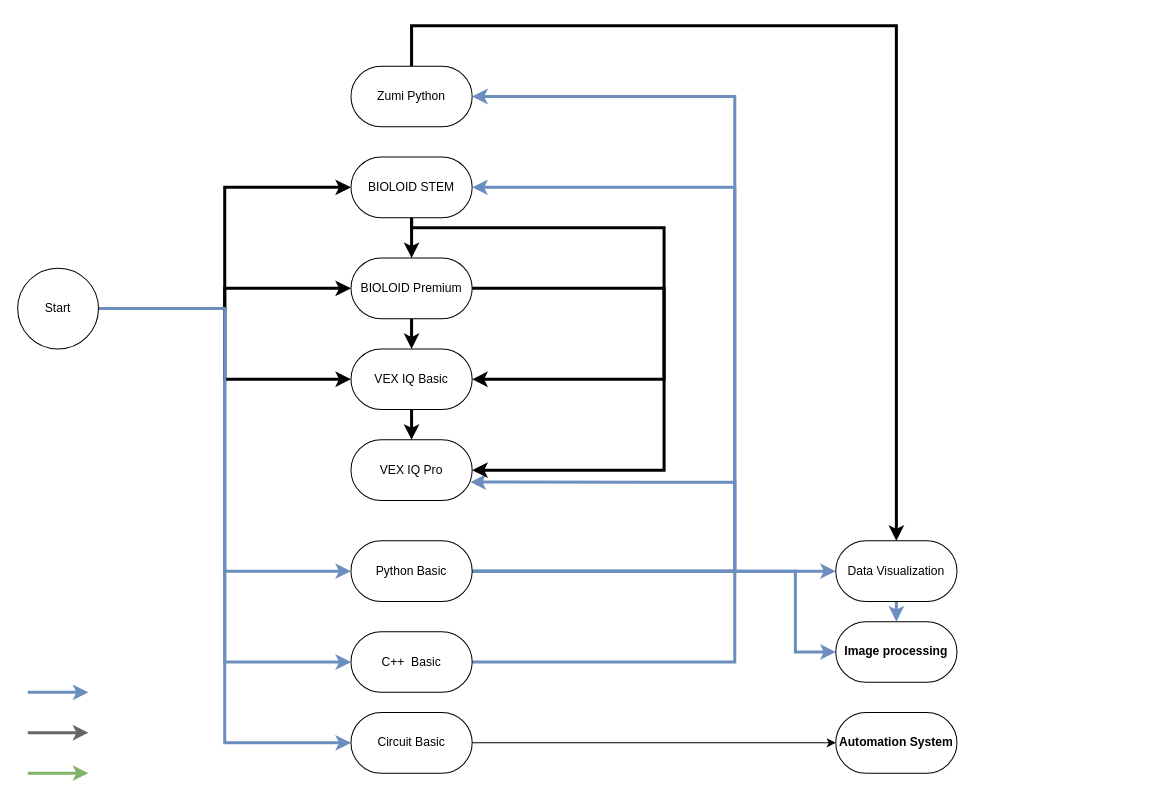
Before: Untitled Diagram.drawio in jarvisN/non2023, a draw.io diagram. Source tidied: cells renumbered, new cells numbered last; positions are measured from the earlier drawing's top-left corner, leaving out a move shared by most shapes. Both pictures are drawn from the tidied source at 101%, with x=0, y=0 at pixel (17, 25).
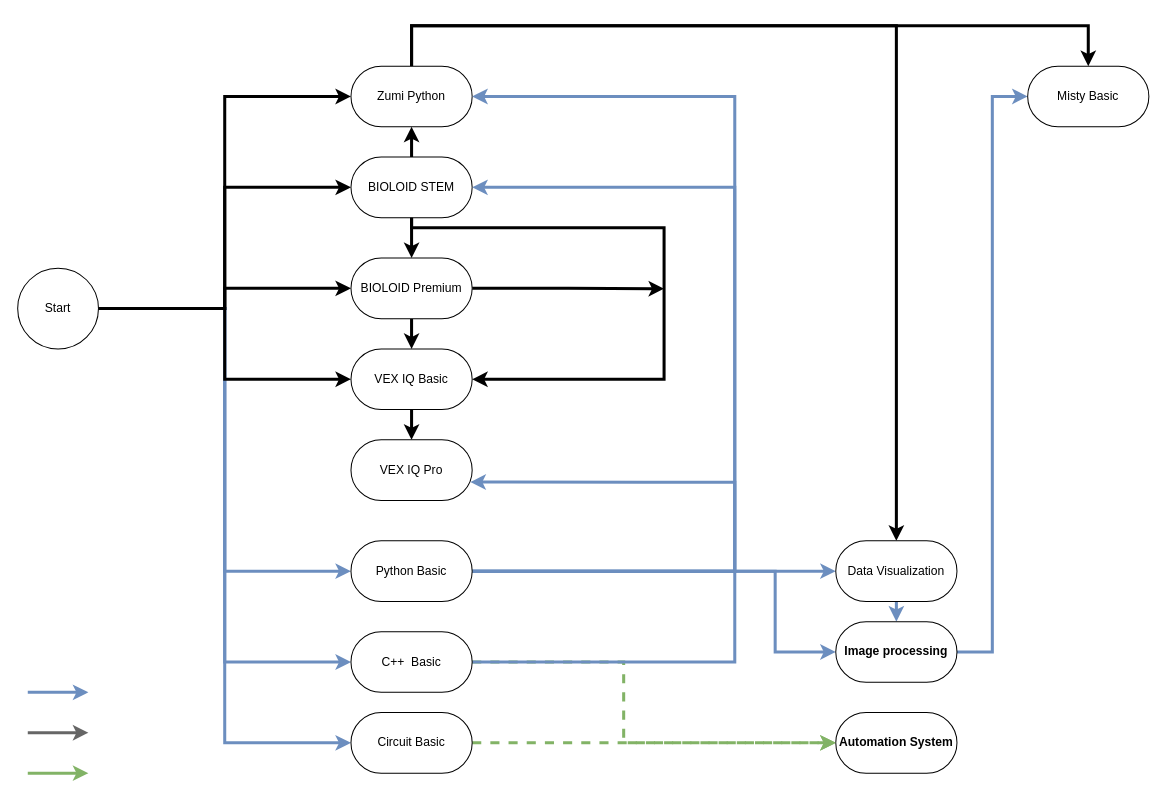
Above is the later version.

Unchanged cells that the change refers to:
```xml
<mxCell id="3" value="Zumi Python" style="rounded=1;whiteSpace=wrap;html=1;arcSize=50;" parent="1" vertex="1">
  <mxGeometry x="330" y="40" width="120" height="60" as="geometry" />
</mxCell>
<mxCell id="5" value="BIOLOID STEM" style="rounded=1;whiteSpace=wrap;html=1;arcSize=50;" parent="1" vertex="1">
  <mxGeometry x="330" y="130" width="120" height="60" as="geometry" />
</mxCell>
<mxCell id="7" value="BIOLOID Premium" style="rounded=1;whiteSpace=wrap;html=1;arcSize=50;" parent="1" vertex="1">
  <mxGeometry x="330" y="230" width="120" height="60" as="geometry" />
</mxCell>
<mxCell id="8" value="VEX IQ Pro" style="rounded=1;whiteSpace=wrap;html=1;arcSize=50;" parent="1" vertex="1">
  <mxGeometry x="330" y="410" width="120" height="60" as="geometry" />
</mxCell>
<mxCell id="17" value="Start" style="ellipse;whiteSpace=wrap;html=1;" parent="1" vertex="1">
  <mxGeometry y="240" width="80" height="80" as="geometry" />
</mxCell>
<mxCell id="24" value="Python Basic" style="rounded=1;whiteSpace=wrap;html=1;arcSize=50;" parent="1" vertex="1">
  <mxGeometry x="330" y="510" width="120" height="60" as="geometry" />
</mxCell>
<mxCell id="29" value="C++ &amp;nbsp;Basic" style="rounded=1;whiteSpace=wrap;html=1;arcSize=50;" parent="1" vertex="1">
  <mxGeometry x="330" y="600" width="120" height="60" as="geometry" />
</mxCell>
<mxCell id="32" value="Image processing" style="rounded=1;whiteSpace=wrap;html=1;arcSize=50;fontStyle=1;" parent="1" vertex="1">
  <mxGeometry x="810" y="590" width="120" height="60" as="geometry" />
</mxCell>
<mxCell id="33" value="Automation System" style="rounded=1;whiteSpace=wrap;html=1;arcSize=50;fontStyle=1;" parent="1" vertex="1">
  <mxGeometry x="810" y="680" width="120" height="60" as="geometry" />
</mxCell>
<mxCell id="35" value="Circuit Basic" style="rounded=1;whiteSpace=wrap;html=1;arcSize=50;" parent="1" vertex="1">
  <mxGeometry x="330" y="680" width="120" height="60" as="geometry" />
</mxCell>
```

The edit, as a diff of the source:
```diff
@@
+    <mxCell id="36" style="edgeStyle=orthogonalEdgeStyle;rounded=0;jettySize=auto;html=1;exitX=0.5;exitY=0;exitDx=0;exitDy=0;entryX=0.5;entryY=0;entryDx=0;entryDy=0;strokeWidth=3;" parent="1" edge="1" source="3" target="42">
+      <mxGeometry relative="1" as="geometry">
+        <Array as="points">
+          <mxPoint x="390" />
+          <mxPoint x="1060" />
+        </Array>
+      </mxGeometry>
+    </mxCell>
@@
+    <mxCell id="37" style="edgeStyle=orthogonalEdgeStyle;rounded=0;jettySize=auto;html=1;exitX=0.5;exitY=0;exitDx=0;exitDy=0;strokeWidth=3;" parent="1" edge="1" source="5" target="3">
+      <mxGeometry relative="1" as="geometry" />
+    </mxCell>
@@
+    <mxCell id="38" style="edgeStyle=orthogonalEdgeStyle;rounded=0;jettySize=auto;html=1;exitX=1;exitY=0.5;exitDx=0;exitDy=0;strokeWidth=3;" parent="1" edge="1" source="7">
+      <mxGeometry relative="1" as="geometry">
+        <mxPoint x="640" y="260.4" as="targetPoint" />
+      </mxGeometry>
+    </mxCell>
@@
+    <mxCell id="16" style="edgeStyle=orthogonalEdgeStyle;rounded=0;jettySize=auto;html=1;exitX=1;exitY=0.5;exitDx=0;exitDy=0;entryX=0;entryY=0.5;entryDx=0;entryDy=0;fillColor=#dae8fc;strokeColor=#6c8ebf;strokeWidth=3;" parent="1" edge="1" source="17" target="35">
+      <mxGeometry relative="1" as="geometry" />
+    </mxCell>
@@
-    <mxCell id="16" style="edgeStyle=orthogonalEdgeStyle;rounded=0;jettySize=auto;html=1;exitX=1;exitY=0.5;exitDx=0;exitDy=0;entryX=0;entryY=0.5;entryDx=0;entryDy=0;fillColor=#dae8fc;strokeColor=#6c8ebf;strokeWidth=3;" parent="1" edge="1" source="17" target="35">
-      <mxGeometry relative="1" as="geometry" />
-    </mxCell>
+    <mxCell id="39" style="edgeStyle=orthogonalEdgeStyle;rounded=0;jettySize=auto;html=1;exitX=1;exitY=0.5;exitDx=0;exitDy=0;entryX=0;entryY=0.5;entryDx=0;entryDy=0;strokeWidth=3;" parent="1" edge="1" source="17" target="3">
+      <mxGeometry relative="1" as="geometry" />
+    </mxCell>
@@
     <mxCell id="23" style="edgeStyle=orthogonalEdgeStyle;rounded=0;jettySize=auto;html=1;exitX=1;exitY=0.5;exitDx=0;exitDy=0;entryX=0;entryY=0.5;entryDx=0;entryDy=0;fillColor=#dae8fc;strokeColor=#6c8ebf;strokeWidth=3;" parent="1" edge="1" source="24" target="32">
       <mxGeometry relative="1" as="geometry">
         <Array as="points">
-          <mxPoint x="770" y="540" />
-          <mxPoint x="770" y="620" />
+          <mxPoint x="750" y="540" />
+          <mxPoint x="750" y="620" />
         </Array>
       </mxGeometry>
     </mxCell>
@@
+    <mxCell id="40" style="edgeStyle=orthogonalEdgeStyle;rounded=0;jettySize=auto;html=1;exitX=1;exitY=0.5;exitDx=0;exitDy=0;entryX=0;entryY=0.5;entryDx=0;entryDy=0;strokeWidth=3;dashed=1;fillColor=#d5e8d4;strokeColor=#82b366;" parent="1" edge="1" source="29" target="33">
+      <mxGeometry relative="1" as="geometry">
+        <Array as="points">
+          <mxPoint x="600" y="630" />
+          <mxPoint x="600" y="710" />
+        </Array>
+      </mxGeometry>
+    </mxCell>
@@
-    <mxCell id="31" style="edgeStyle=orthogonalEdgeStyle;rounded=0;jettySize=auto;html=1;exitX=1;exitY=0.5;exitDx=0;exitDy=0;entryX=1;entryY=0.5;entryDx=0;entryDy=0;strokeWidth=3;" parent="1" edge="1" source="7" target="8">
-      <mxGeometry relative="1" as="geometry">
-        <Array as="points">
-          <mxPoint x="640" y="260" />
-          <mxPoint x="640" y="440" />
-        </Array>
-      </mxGeometry>
-    </mxCell>
+    <mxCell id="41" style="edgeStyle=orthogonalEdgeStyle;rounded=0;jettySize=auto;html=1;exitX=1;exitY=0.5;exitDx=0;exitDy=0;entryX=0;entryY=0.5;entryDx=0;entryDy=0;fillColor=#dae8fc;strokeColor=#6c8ebf;strokeWidth=3;" parent="1" edge="1" source="32" target="42">
+      <mxGeometry relative="1" as="geometry" />
+    </mxCell>
@@
-    <mxCell id="34" style="edgeStyle=orthogonalEdgeStyle;rounded=0;jettySize=auto;html=1;exitX=1;exitY=0.5;exitDx=0;exitDy=0;" parent="1" edge="1" source="35" target="33">
+    <mxCell id="34" style="edgeStyle=orthogonalEdgeStyle;rounded=0;jettySize=auto;html=1;exitX=1;exitY=0.5;exitDx=0;exitDy=0;fillColor=#d5e8d4;strokeColor=#82b366;strokeWidth=3;dashed=1;" parent="1" edge="1" source="35" target="33">
       <mxGeometry relative="1" as="geometry" />
     </mxCell>
@@
+    <mxCell id="42" value="Misty Basic" style="rounded=1;whiteSpace=wrap;html=1;arcSize=50;" parent="1" vertex="1">
+      <mxGeometry x="1000" y="40" width="120" height="60" as="geometry" />
+    </mxCell>
```
